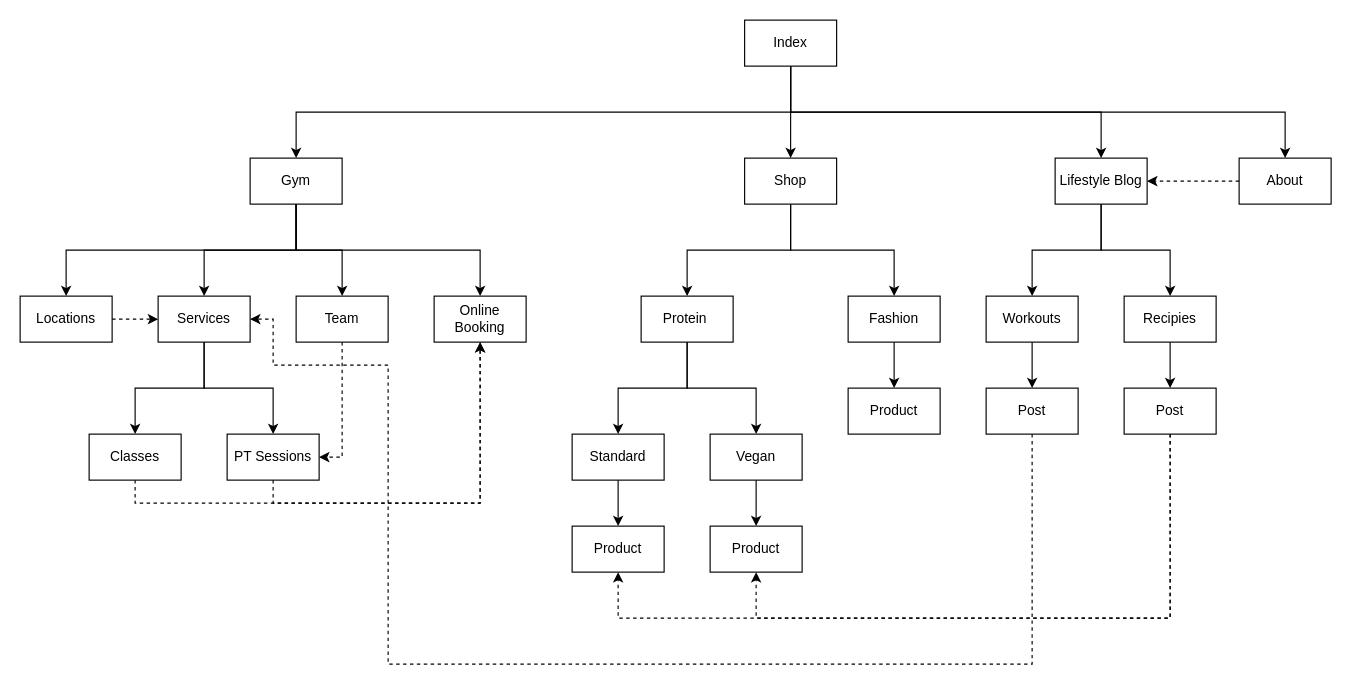
Earlier version of the draw.io diagram Design Docs/lomax.drawio (zoepointon/zoepointon.github.io). Source tidied: cells renumbered, new cells numbered last; positions are measured from the earlier drawing's top-left corner, leaving out a move shared by most shapes. Both pictures are drawn from the tidied source at 115%, with x=0, y=0 at pixel (20, 20).
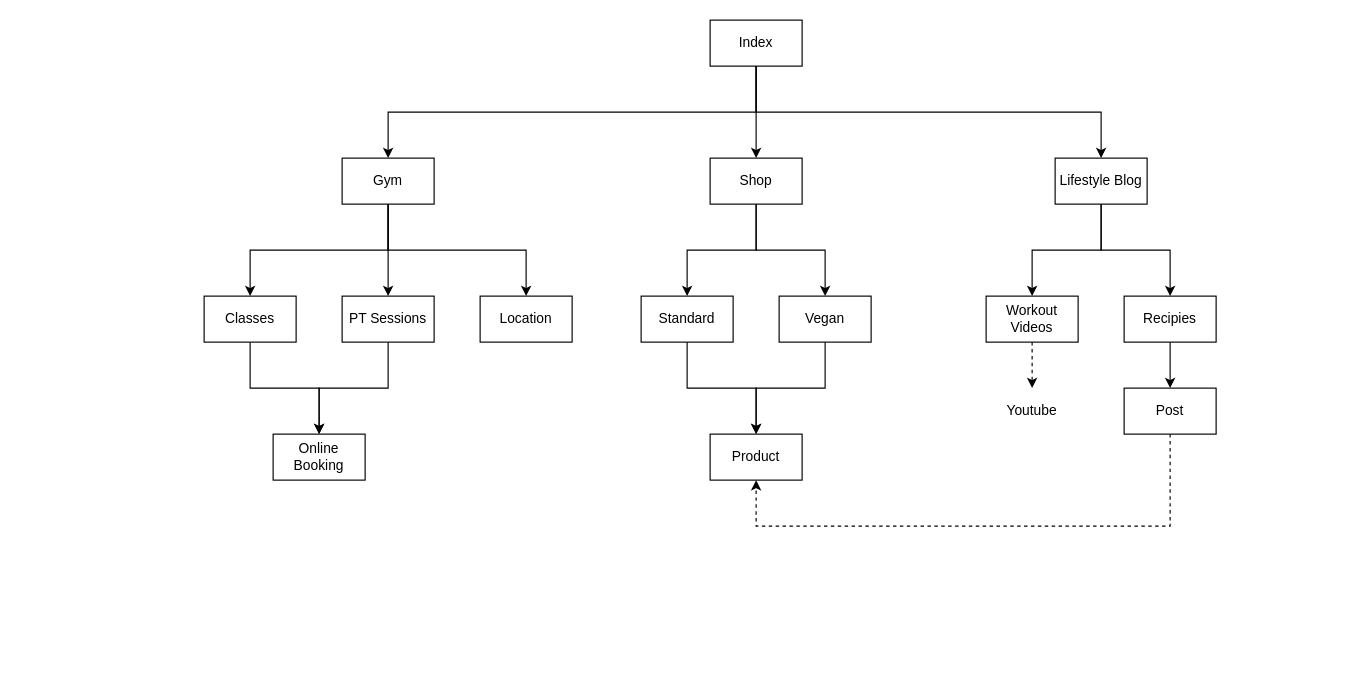
Above is the later version.

Unchanged cells that the change refers to:
```xml
<mxCell id="11" value="Lifestyle Blog" style="rounded=0;whiteSpace=wrap;html=1;fillColor=none;" parent="1" vertex="1">
  <mxGeometry x="900" y="120" width="80" height="40" as="geometry" />
</mxCell>
<mxCell id="16" value="Post" style="rounded=0;whiteSpace=wrap;html=1;fillColor=none;" parent="1" vertex="1">
  <mxGeometry x="960" y="320" width="80" height="40" as="geometry" />
</mxCell>
```

The edit, as a diff of the source:
```diff
@@
-    <mxCell id="2" style="edgeStyle=orthogonalEdgeStyle;rounded=0;jettySize=auto;html=1;" parent="1" edge="1" source="6" target="40">
+    <mxCell id="2" style="edgeStyle=orthogonalEdgeStyle;rounded=0;jettySize=auto;html=1;entryX=0.5;entryY=0;entryDx=0;entryDy=0;" parent="1" edge="1" source="6" target="40">
       <mxGeometry relative="1" as="geometry">
         <Array as="points">
-          <mxPoint x="670" y="80" />
-          <mxPoint x="240" y="80" />
+          <mxPoint x="640" y="80" />
+          <mxPoint x="320" y="80" />
         </Array>
       </mxGeometry>
     </mxCell>
@@
     <mxCell id="4" style="edgeStyle=orthogonalEdgeStyle;rounded=0;jettySize=auto;html=1;" parent="1" edge="1" source="6" target="11">
       <mxGeometry relative="1" as="geometry">
         <Array as="points">
-          <mxPoint x="670" y="80" />
+          <mxPoint x="640" y="80" />
           <mxPoint x="940" y="80" />
         </Array>
       </mxGeometry>
     </mxCell>
-    <mxCell id="5" style="edgeStyle=orthogonalEdgeStyle;rounded=0;jettySize=auto;html=1;" parent="1" edge="1" source="6" target="8">
-      <mxGeometry relative="1" as="geometry">
-        <Array as="points">
-          <mxPoint x="670" y="80" />
-          <mxPoint x="1100" y="80" />
-        </Array>
-      </mxGeometry>
-    </mxCell>
     <mxCell id="6" value="Index" style="rounded=0;whiteSpace=wrap;html=1;fillColor=none;" parent="1" vertex="1">
-      <mxGeometry x="630" width="80" height="40" as="geometry" />
+      <mxGeometry x="600" width="80" height="40" as="geometry" />
     </mxCell>
-    <mxCell id="7" style="edgeStyle=orthogonalEdgeStyle;rounded=0;jettySize=auto;html=1;exitX=0;exitY=0.5;exitDx=0;exitDy=0;entryX=1;entryY=0.5;entryDx=0;entryDy=0;dashed=1;" parent="1" edge="1" source="8" target="11">
-      <mxGeometry relative="1" as="geometry" />
-    </mxCell>
-    <mxCell id="8" value="About" style="rounded=0;whiteSpace=wrap;html=1;fillColor=none;" parent="1" vertex="1">
-      <mxGeometry x="1060" y="120" width="80" height="40" as="geometry" />
-    </mxCell>
@@
     <mxCell id="14" style="edgeStyle=orthogonalEdgeStyle;rounded=0;jettySize=auto;html=1;exitX=0.5;exitY=1;exitDx=0;exitDy=0;entryX=0.5;entryY=1;entryDx=0;entryDy=0;dashed=1;" parent="1" edge="1" source="16" target="35">
       <mxGeometry relative="1" as="geometry">
         <Array as="points">
-          <mxPoint x="1000" y="520" />
-          <mxPoint x="520" y="520" />
+          <mxPoint x="1000" y="440" />
+          <mxPoint x="640" y="440" />
         </Array>
       </mxGeometry>
     </mxCell>
-    <mxCell id="15" style="edgeStyle=orthogonalEdgeStyle;rounded=0;jettySize=auto;html=1;exitX=0.5;exitY=1;exitDx=0;exitDy=0;entryX=0.5;entryY=1;entryDx=0;entryDy=0;dashed=1;" parent="1" edge="1" source="16" target="32">
-      <mxGeometry relative="1" as="geometry">
-        <Array as="points">
-          <mxPoint x="1000" y="520" />
-          <mxPoint x="640" y="520" />
-        </Array>
-      </mxGeometry>
-    </mxCell>
@@
-    <mxCell id="17" style="edgeStyle=orthogonalEdgeStyle;rounded=0;jettySize=auto;html=1;" parent="1" edge="1" source="18" target="20">
-      <mxGeometry relative="1" as="geometry" />
-    </mxCell>
+    <mxCell id="53" style="edgeStyle=orthogonalEdgeStyle;rounded=0;jettySize=auto;html=1;dashed=1;" parent="1" edge="1" source="18" target="54">
+      <mxGeometry relative="1" as="geometry" />
+    </mxCell>
-    <mxCell id="18" value="Workouts" style="rounded=0;whiteSpace=wrap;html=1;fillColor=none;" parent="1" vertex="1">
+    <mxCell id="18" value="Workout Videos" style="rounded=0;whiteSpace=wrap;html=1;fillColor=none;" parent="1" vertex="1">
       <mxGeometry x="840" y="240" width="80" height="40" as="geometry" />
     </mxCell>
-    <mxCell id="19" style="edgeStyle=orthogonalEdgeStyle;rounded=0;jettySize=auto;html=1;exitX=0.5;exitY=1;exitDx=0;exitDy=0;entryX=1;entryY=0.5;entryDx=0;entryDy=0;dashed=1;" parent="1" edge="1" source="20" target="46">
-      <mxGeometry relative="1" as="geometry">
-        <Array as="points">
-          <mxPoint x="880" y="560" />
-          <mxPoint x="320" y="560" />
-          <mxPoint x="320" y="300" />
-          <mxPoint x="220" y="300" />
-          <mxPoint x="220" y="260" />
-        </Array>
-      </mxGeometry>
-    </mxCell>
-    <mxCell id="20" value="Post" style="rounded=0;whiteSpace=wrap;html=1;fillColor=none;" parent="1" vertex="1">
-      <mxGeometry x="840" y="320" width="80" height="40" as="geometry" />
-    </mxCell>
-    <mxCell id="21" style="edgeStyle=orthogonalEdgeStyle;rounded=0;jettySize=auto;html=1;" parent="1" edge="1" source="23" target="29">
-      <mxGeometry relative="1" as="geometry">
-        <Array as="points">
-          <mxPoint x="670" y="200" />
-          <mxPoint x="580" y="200" />
-        </Array>
-      </mxGeometry>
-    </mxCell>
-    <mxCell id="22" style="edgeStyle=orthogonalEdgeStyle;rounded=0;jettySize=auto;html=1;" parent="1" edge="1" source="23" target="25">
-      <mxGeometry relative="1" as="geometry">
-        <Array as="points">
-          <mxPoint x="670" y="200" />
-          <mxPoint x="760" y="200" />
-        </Array>
-      </mxGeometry>
-    </mxCell>
+    <mxCell id="54" value="Youtube" style="rounded=0;whiteSpace=wrap;html=1;fillColor=none;strokeColor=none;" parent="1" vertex="1">
+      <mxGeometry x="840" y="320" width="80" height="40" as="geometry" />
+    </mxCell>
+    <mxCell id="55" style="edgeStyle=orthogonalEdgeStyle;rounded=0;jettySize=auto;html=1;exitX=0.5;exitY=1;exitDx=0;exitDy=0;entryX=0.5;entryY=0;entryDx=0;entryDy=0;" parent="1" edge="1" source="23" target="31">
+      <mxGeometry relative="1" as="geometry" />
+    </mxCell>
+    <mxCell id="56" style="edgeStyle=orthogonalEdgeStyle;rounded=0;jettySize=auto;html=1;exitX=0.5;exitY=1;exitDx=0;exitDy=0;entryX=0.5;entryY=0;entryDx=0;entryDy=0;" parent="1" edge="1" source="23" target="34">
+      <mxGeometry relative="1" as="geometry" />
+    </mxCell>
     <mxCell id="23" value="Shop" style="rounded=0;whiteSpace=wrap;html=1;fillColor=none;" parent="1" vertex="1">
-      <mxGeometry x="630" y="120" width="80" height="40" as="geometry" />
+      <mxGeometry x="600" y="120" width="80" height="40" as="geometry" />
     </mxCell>
-    <mxCell id="24" style="edgeStyle=orthogonalEdgeStyle;rounded=0;jettySize=auto;html=1;" parent="1" edge="1" source="25" target="26">
-      <mxGeometry relative="1" as="geometry" />
-    </mxCell>
-    <mxCell id="25" value="Fashion" style="rounded=0;whiteSpace=wrap;html=1;fillColor=none;" parent="1" vertex="1">
-      <mxGeometry x="720" y="240" width="80" height="40" as="geometry" />
-    </mxCell>
-    <mxCell id="26" value="Product" style="rounded=0;whiteSpace=wrap;html=1;fillColor=none;" parent="1" vertex="1">
-      <mxGeometry x="720" y="320" width="80" height="40" as="geometry" />
-    </mxCell>
-    <mxCell id="27" style="edgeStyle=orthogonalEdgeStyle;rounded=0;jettySize=auto;html=1;" parent="1" edge="1" source="29" target="34">
-      <mxGeometry relative="1" as="geometry" />
-    </mxCell>
-    <mxCell id="28" style="edgeStyle=orthogonalEdgeStyle;rounded=0;jettySize=auto;html=1;" parent="1" edge="1" source="29" target="31">
-      <mxGeometry relative="1" as="geometry" />
-    </mxCell>
-    <mxCell id="29" value="Protein&amp;nbsp;" style="rounded=0;whiteSpace=wrap;html=1;fillColor=none;" parent="1" vertex="1">
-      <mxGeometry x="540" y="240" width="80" height="40" as="geometry" />
-    </mxCell>
-    <mxCell id="30" style="edgeStyle=orthogonalEdgeStyle;rounded=0;jettySize=auto;html=1;" parent="1" edge="1" source="31" target="32">
-      <mxGeometry relative="1" as="geometry" />
+    <mxCell id="30" style="edgeStyle=orthogonalEdgeStyle;rounded=0;jettySize=auto;html=1;entryX=0.5;entryY=0;entryDx=0;entryDy=0;" parent="1" edge="1" target="35">
+      <mxGeometry relative="1" as="geometry">
+        <mxPoint x="700" y="280" as="sourcePoint" />
+        <Array as="points">
+          <mxPoint x="700" y="320" />
+          <mxPoint x="640" y="320" />
+        </Array>
+      </mxGeometry>
     </mxCell>
     <mxCell id="31" value="Vegan" style="rounded=0;whiteSpace=wrap;html=1;fillColor=none;" parent="1" vertex="1">
-      <mxGeometry x="600" y="360" width="80" height="40" as="geometry" />
+      <mxGeometry x="660" y="240" width="80" height="40" as="geometry" />
     </mxCell>
-    <mxCell id="32" value="Product" style="rounded=0;whiteSpace=wrap;html=1;fillColor=none;" parent="1" vertex="1">
-      <mxGeometry x="600" y="440" width="80" height="40" as="geometry" />
-    </mxCell>
@@
     <mxCell id="34" value="Standard" style="rounded=0;whiteSpace=wrap;html=1;fillColor=none;" parent="1" vertex="1">
-      <mxGeometry x="480" y="360" width="80" height="40" as="geometry" />
+      <mxGeometry x="540" y="240" width="80" height="40" as="geometry" />
     </mxCell>
     <mxCell id="35" value="Product" style="rounded=0;whiteSpace=wrap;html=1;fillColor=none;" parent="1" vertex="1">
-      <mxGeometry x="480" y="440" width="80" height="40" as="geometry" />
+      <mxGeometry x="600" y="360" width="80" height="40" as="geometry" />
     </mxCell>
-    <mxCell id="36" style="edgeStyle=orthogonalEdgeStyle;rounded=0;jettySize=auto;html=1;" parent="1" edge="1" source="40" target="52">
-      <mxGeometry relative="1" as="geometry">
-        <Array as="points">
-          <mxPoint x="240" y="200" />
-          <mxPoint x="40" y="200" />
-        </Array>
-      </mxGeometry>
-    </mxCell>
-    <mxCell id="37" style="edgeStyle=orthogonalEdgeStyle;rounded=0;jettySize=auto;html=1;" parent="1" edge="1" source="40" target="46">
-      <mxGeometry relative="1" as="geometry" />
-    </mxCell>
-    <mxCell id="38" style="edgeStyle=orthogonalEdgeStyle;rounded=0;jettySize=auto;html=1;" parent="1" edge="1" source="40" target="43">
-      <mxGeometry relative="1" as="geometry">
-        <Array as="points">
-          <mxPoint x="240" y="200" />
-          <mxPoint x="280" y="200" />
-        </Array>
-      </mxGeometry>
-    </mxCell>
-    <mxCell id="39" style="edgeStyle=orthogonalEdgeStyle;rounded=0;jettySize=auto;html=1;" parent="1" edge="1" source="40" target="41">
-      <mxGeometry relative="1" as="geometry">
-        <Array as="points">
-          <mxPoint x="240" y="200" />
-          <mxPoint x="400" y="200" />
-        </Array>
-      </mxGeometry>
-    </mxCell>
+    <mxCell id="57" style="edgeStyle=orthogonalEdgeStyle;rounded=0;jettySize=auto;html=1;exitX=0.5;exitY=1;exitDx=0;exitDy=0;entryX=0.5;entryY=0;entryDx=0;entryDy=0;" parent="1" edge="1" source="40" target="48">
+      <mxGeometry relative="1" as="geometry" />
+    </mxCell>
+    <mxCell id="58" style="edgeStyle=orthogonalEdgeStyle;rounded=0;jettySize=auto;html=1;exitX=0.5;exitY=1;exitDx=0;exitDy=0;entryX=0.5;entryY=0;entryDx=0;entryDy=0;" parent="1" edge="1" source="40" target="50">
+      <mxGeometry relative="1" as="geometry" />
+    </mxCell>
+    <mxCell id="59" style="edgeStyle=orthogonalEdgeStyle;rounded=0;jettySize=auto;html=1;exitX=0.5;exitY=1;exitDx=0;exitDy=0;entryX=0.5;entryY=0;entryDx=0;entryDy=0;" parent="1" edge="1" source="40" target="60">
+      <mxGeometry relative="1" as="geometry" />
+    </mxCell>
     <mxCell id="40" value="Gym" style="rounded=0;whiteSpace=wrap;html=1;fillColor=none;" parent="1" vertex="1">
-      <mxGeometry x="200" y="120" width="80" height="40" as="geometry" />
+      <mxGeometry x="280" y="120" width="80" height="40" as="geometry" />
     </mxCell>
     <mxCell id="41" value="Online Booking" style="rounded=0;whiteSpace=wrap;html=1;fillColor=none;" parent="1" vertex="1">
-      <mxGeometry x="360" y="240" width="80" height="40" as="geometry" />
+      <mxGeometry x="220" y="360" width="80" height="40" as="geometry" />
     </mxCell>
-    <mxCell id="42" style="edgeStyle=orthogonalEdgeStyle;rounded=0;jettySize=auto;html=1;exitX=0.5;exitY=1;exitDx=0;exitDy=0;entryX=1;entryY=0.5;entryDx=0;entryDy=0;dashed=1;" parent="1" edge="1" source="43" target="48">
-      <mxGeometry relative="1" as="geometry" />
-    </mxCell>
-    <mxCell id="43" value="Team" style="rounded=0;whiteSpace=wrap;html=1;fillColor=none;" parent="1" vertex="1">
-      <mxGeometry x="240" y="240" width="80" height="40" as="geometry" />
-    </mxCell>
-    <mxCell id="44" style="edgeStyle=orthogonalEdgeStyle;rounded=0;jettySize=auto;html=1;" parent="1" edge="1" source="46" target="50">
-      <mxGeometry relative="1" as="geometry">
-        <Array as="points">
-          <mxPoint x="160" y="320" />
-          <mxPoint x="100" y="320" />
-        </Array>
-      </mxGeometry>
-    </mxCell>
-    <mxCell id="45" style="edgeStyle=orthogonalEdgeStyle;rounded=0;jettySize=auto;html=1;" parent="1" edge="1" source="46" target="48">
-      <mxGeometry relative="1" as="geometry" />
-    </mxCell>
-    <mxCell id="46" value="Services" style="rounded=0;whiteSpace=wrap;html=1;fillColor=none;" parent="1" vertex="1">
-      <mxGeometry x="120" y="240" width="80" height="40" as="geometry" />
-    </mxCell>
-    <mxCell id="47" style="edgeStyle=orthogonalEdgeStyle;rounded=0;jettySize=auto;html=1;exitX=0.5;exitY=1;exitDx=0;exitDy=0;entryX=0.5;entryY=1;entryDx=0;entryDy=0;dashed=1;" parent="1" edge="1" source="48" target="41">
+    <mxCell id="47" style="edgeStyle=orthogonalEdgeStyle;rounded=0;jettySize=auto;html=1;exitX=0.5;exitY=1;exitDx=0;exitDy=0;entryX=0.5;entryY=0;entryDx=0;entryDy=0;" parent="1" edge="1" source="48" target="41">
       <mxGeometry relative="1" as="geometry" />
     </mxCell>
     <mxCell id="48" value="PT Sessions" style="rounded=0;whiteSpace=wrap;html=1;fillColor=none;" parent="1" vertex="1">
-      <mxGeometry x="180" y="360" width="80" height="40" as="geometry" />
+      <mxGeometry x="280" y="240" width="80" height="40" as="geometry" />
     </mxCell>
+    <mxCell id="60" value="Location" style="rounded=0;whiteSpace=wrap;html=1;fillColor=none;" parent="1" vertex="1">
+      <mxGeometry x="400" y="240" width="80" height="40" as="geometry" />
+    </mxCell>
-    <mxCell id="49" style="edgeStyle=orthogonalEdgeStyle;rounded=0;jettySize=auto;html=1;exitX=0.5;exitY=1;exitDx=0;exitDy=0;entryX=0.5;entryY=1;entryDx=0;entryDy=0;dashed=1;" parent="1" edge="1" source="50" target="41">
+    <mxCell id="49" style="edgeStyle=orthogonalEdgeStyle;rounded=0;jettySize=auto;html=1;exitX=0.5;exitY=1;exitDx=0;exitDy=0;entryX=0.5;entryY=0;entryDx=0;entryDy=0;" parent="1" edge="1" source="50" target="41">
       <mxGeometry relative="1" as="geometry" />
     </mxCell>
     <mxCell id="50" value="Classes" style="rounded=0;whiteSpace=wrap;html=1;fillColor=none;" parent="1" vertex="1">
-      <mxGeometry x="60" y="360" width="80" height="40" as="geometry" />
+      <mxGeometry x="160" y="240" width="80" height="40" as="geometry" />
     </mxCell>
-    <mxCell id="51" style="edgeStyle=orthogonalEdgeStyle;rounded=0;jettySize=auto;html=1;exitX=1;exitY=0.5;exitDx=0;exitDy=0;entryX=0;entryY=0.5;entryDx=0;entryDy=0;dashed=1;" parent="1" edge="1" source="52" target="46">
-      <mxGeometry relative="1" as="geometry" />
-    </mxCell>
-    <mxCell id="52" value="Locations" style="rounded=0;whiteSpace=wrap;html=1;fillColor=none;" parent="1" vertex="1">
-      <mxGeometry y="240" width="80" height="40" as="geometry" />
-    </mxCell>
```
